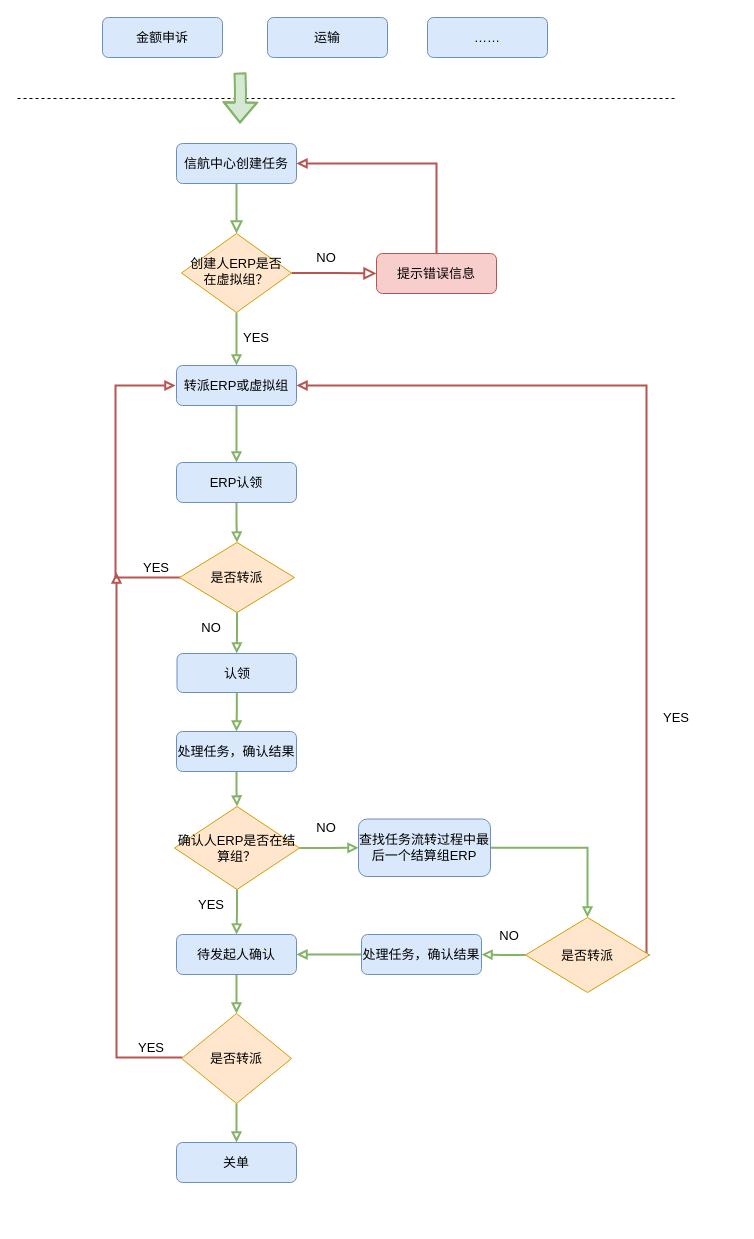
Earlier version of the draw.io diagram page "信航中心核心流程" (1 of 3) of 信航中心.drawio (satcon/MyBlog). Source tidied: cells renumbered, new cells numbered last; positions are measured from the earlier drawing's top-left corner, leaving out a move shared by most shapes. Both pictures are drawn from the tidied source at 100%, with x=0, y=0 at pixel (17, 17).
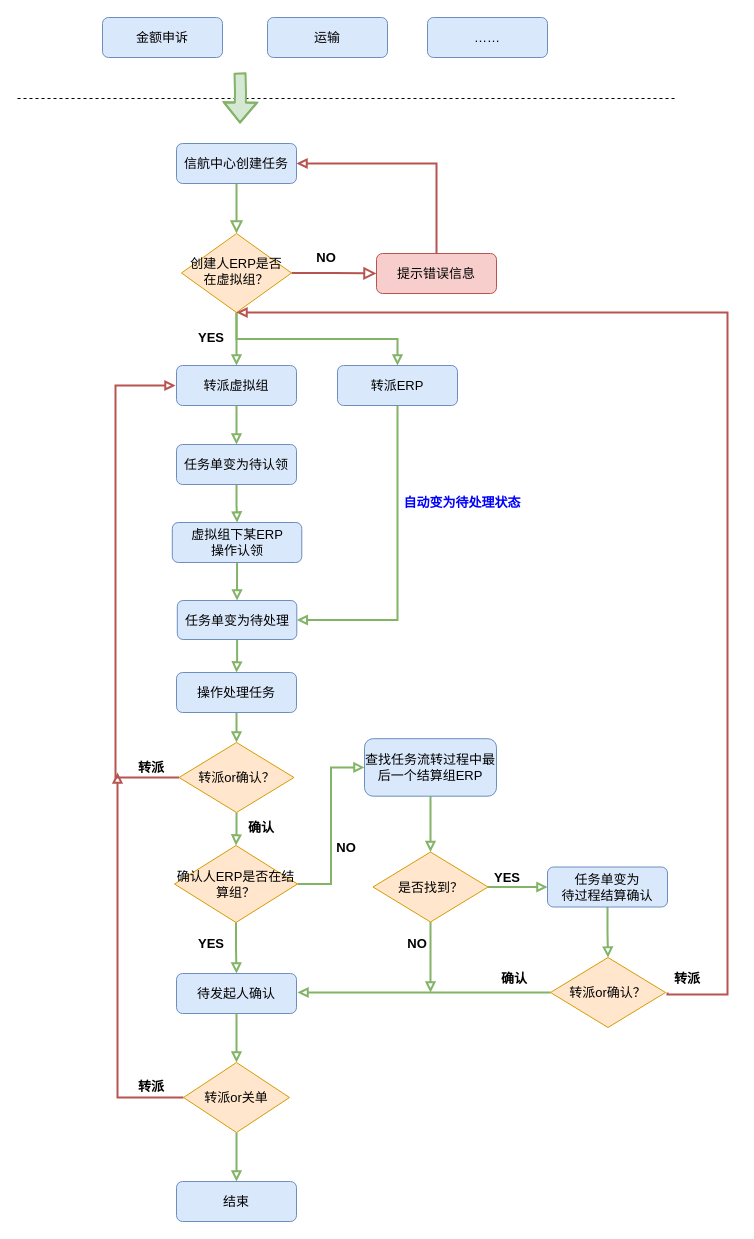
The same page after the edit.

Unchanged cells that the change refers to:
```xml
<mxCell id="6" value="创建人ERP是否在虚拟组？" style="rhombus;whiteSpace=wrap;html=1;shadow=0;fontFamily=Helvetica;fontSize=13;align=center;strokeWidth=1;spacing=6;spacingTop=-4;fillColor=#ffe6cc;strokeColor=#d79b00;" parent="1" vertex="1">
  <mxGeometry x="164" y="216" width="110" height="79" as="geometry" />
</mxCell>
```

Diff of the diagram source:
```diff
@@
+    <mxCell id="50" style="edgeStyle=orthogonalEdgeStyle;rounded=0;jettySize=auto;html=1;exitX=0.5;exitY=1;exitDx=0;exitDy=0;entryX=0.5;entryY=0;entryDx=0;entryDy=0;fontSize=13;endArrow=block;strokeColor=#82b366;strokeWidth=2;endFill=0;fillColor=#d5e8d4;" parent="1" edge="1" source="6" target="56">
+      <mxGeometry relative="1" as="geometry" />
+    </mxCell>
@@
-    <mxCell id="9" style="edgeStyle=orthogonalEdgeStyle;rounded=0;jettySize=auto;html=1;strokeWidth=2;fontSize=13;endArrow=block;endFill=0;fillColor=#d5e8d4;strokeColor=#82b366;" parent="1" edge="1" source="10" target="16">
-      <mxGeometry relative="1" as="geometry" />
-    </mxCell>
+    <mxCell id="51" style="edgeStyle=orthogonalEdgeStyle;rounded=0;jettySize=auto;html=1;fontSize=13;fontColor=default;endArrow=block;strokeColor=#82b366;strokeWidth=2;endFill=0;fillColor=#d5e8d4;" parent="1" edge="1" source="10" target="57">
+      <mxGeometry relative="1" as="geometry" />
+    </mxCell>
-    <mxCell id="10" value="ERP认领" style="rounded=1;whiteSpace=wrap;html=1;fontSize=13;glass=0;strokeWidth=1;shadow=0;fillColor=#dae8fc;strokeColor=#6c8ebf;" parent="1" vertex="1">
-      <mxGeometry x="159" y="445" width="120" height="40" as="geometry" />
+    <mxCell id="10" value="任务单变为待认领" style="rounded=1;whiteSpace=wrap;html=1;fontSize=13;glass=0;strokeWidth=1;shadow=0;fillColor=#dae8fc;strokeColor=#6c8ebf;" parent="1" vertex="1">
+      <mxGeometry x="159" y="427" width="120" height="40" as="geometry" />
     </mxCell>
@@
-    <mxCell id="12" value="转派ERP或虚拟组" style="rounded=1;whiteSpace=wrap;html=1;fontSize=13;glass=0;strokeWidth=1;shadow=0;fillColor=#dae8fc;strokeColor=#6c8ebf;" parent="1" vertex="1">
+    <mxCell id="12" value="转派虚拟组" style="rounded=1;whiteSpace=wrap;html=1;fontSize=13;glass=0;strokeWidth=1;shadow=0;fillColor=#dae8fc;strokeColor=#6c8ebf;" parent="1" vertex="1">
       <mxGeometry x="159" y="348" width="120" height="40" as="geometry" />
     </mxCell>
@@
-    <mxCell id="14" style="edgeStyle=orthogonalEdgeStyle;rounded=0;orthogonalLoop=1;jettySize=auto;html=1;strokeWidth=2;fontSize=13;endArrow=block;endFill=0;entryX=0;entryY=0.5;entryDx=0;entryDy=0;fillColor=#f8cecc;strokeColor=#b85450;exitX=1;exitY=0.5;exitDx=0;exitDy=0;" parent="1" edge="1">
+    <mxCell id="14" style="edgeStyle=orthogonalEdgeStyle;rounded=0;jettySize=auto;html=1;strokeWidth=2;fontSize=13;endArrow=block;endFill=0;entryX=0;entryY=0.5;entryDx=0;entryDy=0;fillColor=#f8cecc;strokeColor=#b85450;exitX=0;exitY=0.5;exitDx=0;exitDy=0;" parent="1" edge="1" source="59">
       <mxGeometry relative="1" as="geometry">
-        <mxPoint x="163" y="560" as="sourcePoint" />
         <mxPoint x="158" y="368" as="targetPoint" />
         <Array as="points">
-          <mxPoint x="98" y="560" />
+          <mxPoint x="98" y="760" />
           <mxPoint x="98" y="368" />
         </Array>
       </mxGeometry>
     </mxCell>
-    <mxCell id="15" style="edgeStyle=orthogonalEdgeStyle;rounded=0;jettySize=auto;html=1;strokeWidth=2;fontSize=13;fontColor=#000000;endArrow=block;endFill=0;fillColor=#d5e8d4;strokeColor=#82b366;entryX=0.5;entryY=0;entryDx=0;entryDy=0;" parent="1" edge="1" source="16" target="45">
+    <mxCell id="15" style="edgeStyle=orthogonalEdgeStyle;rounded=0;jettySize=auto;html=1;strokeWidth=2;fontSize=13;fontColor=#000000;endArrow=block;endFill=0;fillColor=#d5e8d4;strokeColor=#82b366;entryX=0.5;entryY=0;entryDx=0;entryDy=0;exitX=0.5;exitY=1;exitDx=0;exitDy=0;" parent="1" edge="1" source="57" target="45">
       <mxGeometry relative="1" as="geometry" />
     </mxCell>
-    <mxCell id="16" value="是否转派" style="rhombus;whiteSpace=wrap;html=1;fontSize=13;rounded=0;glass=0;strokeWidth=1;shadow=0;fillColor=#ffe6cc;strokeColor=#d79b00;" parent="1" vertex="1">
-      <mxGeometry x="162" y="525" width="115" height="70" as="geometry" />
-    </mxCell>
-    <mxCell id="17" value="NO" style="text;html=1;strokeColor=none;fillColor=none;align=center;verticalAlign=middle;whiteSpace=wrap;rounded=0;fontSize=13;" parent="1" vertex="1">
+    <mxCell id="17" value="NO" style="text;html=1;strokeColor=none;fillColor=none;align=center;verticalAlign=middle;whiteSpace=wrap;rounded=0;fontSize=13;fontStyle=1;" parent="1" vertex="1">
       <mxGeometry x="279" y="225" width="60" height="30" as="geometry" />
     </mxCell>
-    <mxCell id="18" value="YES" style="text;html=1;strokeColor=none;fillColor=none;align=center;verticalAlign=middle;whiteSpace=wrap;rounded=0;fontSize=13;" parent="1" vertex="1">
-      <mxGeometry x="209" y="305" width="60" height="30" as="geometry" />
+    <mxCell id="18" value="YES" style="text;html=1;strokeColor=none;fillColor=none;align=center;verticalAlign=middle;whiteSpace=wrap;rounded=0;fontSize=13;fontStyle=1;" parent="1" vertex="1">
+      <mxGeometry x="164.2" y="305" width="60" height="30" as="geometry" />
     </mxCell>
-    <mxCell id="19" value="YES" style="text;html=1;strokeColor=none;fillColor=none;align=center;verticalAlign=middle;whiteSpace=wrap;rounded=0;fontSize=13;" parent="1" vertex="1">
-      <mxGeometry x="109" y="535" width="60" height="30" as="geometry" />
-    </mxCell>
-    <mxCell id="20" style="edgeStyle=orthogonalEdgeStyle;rounded=0;jettySize=auto;html=1;strokeWidth=2;fontSize=13;fontColor=#000000;endArrow=block;endFill=0;fillColor=#d5e8d4;strokeColor=#82b366;" parent="1" edge="1" source="21" target="25">
-      <mxGeometry relative="1" as="geometry" />
-    </mxCell>
+    <mxCell id="52" style="edgeStyle=orthogonalEdgeStyle;rounded=0;jettySize=auto;html=1;fontSize=13;fontColor=#000000;endArrow=block;strokeColor=#82b366;strokeWidth=2;endFill=0;fillColor=#d5e8d4;" parent="1" edge="1" source="21" target="59">
+      <mxGeometry relative="1" as="geometry" />
+    </mxCell>
-    <mxCell id="21" value="处理任务，确认结果" style="rounded=1;whiteSpace=wrap;html=1;fontSize=13;glass=0;strokeWidth=1;shadow=0;fillColor=#dae8fc;strokeColor=#6c8ebf;" parent="1" vertex="1">
-      <mxGeometry x="159" y="714" width="120" height="40" as="geometry" />
+    <mxCell id="21" value="操作处理任务" style="rounded=1;whiteSpace=wrap;html=1;fontSize=13;glass=0;strokeWidth=1;shadow=0;fillColor=#dae8fc;strokeColor=#6c8ebf;" parent="1" vertex="1">
+      <mxGeometry x="159" y="655" width="120" height="40" as="geometry" />
     </mxCell>
-    <mxCell id="22" value="NO" style="text;html=1;strokeColor=none;fillColor=none;align=center;verticalAlign=middle;whiteSpace=wrap;rounded=0;fontSize=13;" parent="1" vertex="1">
-      <mxGeometry x="164" y="595" width="60" height="30" as="geometry" />
-    </mxCell>
@@
-    <mxCell id="24" style="edgeStyle=orthogonalEdgeStyle;rounded=0;jettySize=auto;html=1;strokeWidth=2;fontSize=13;fontColor=#000000;endArrow=block;endFill=0;fillColor=#d5e8d4;strokeColor=#82b366;" parent="1" edge="1" source="25" target="34">
+    <mxCell id="24" style="edgeStyle=orthogonalEdgeStyle;rounded=0;jettySize=auto;html=1;strokeWidth=2;fontSize=13;fontColor=#000000;endArrow=block;endFill=0;fillColor=#d5e8d4;strokeColor=#82b366;entryX=0;entryY=0.5;entryDx=0;entryDy=0;" parent="1" edge="1" source="25" target="34">
       <mxGeometry relative="1" as="geometry" />
     </mxCell>
     <mxCell id="25" value="确认人ERP是否在结算组？" style="rhombus;whiteSpace=wrap;html=1;fontSize=13;rounded=0;glass=0;strokeWidth=1;shadow=0;fillColor=#ffe6cc;strokeColor=#d79b00;" parent="1" vertex="1">
-      <mxGeometry x="157" y="789" width="125" height="83" as="geometry" />
+      <mxGeometry x="157" y="828" width="123" height="77" as="geometry" />
     </mxCell>
@@
     <mxCell id="27" value="待发起人确认" style="rounded=1;whiteSpace=wrap;html=1;fontSize=13;glass=0;strokeWidth=1;shadow=0;fillColor=#dae8fc;strokeColor=#6c8ebf;" parent="1" vertex="1">
-      <mxGeometry x="159" y="917" width="120" height="40" as="geometry" />
+      <mxGeometry x="159" y="956" width="120" height="40" as="geometry" />
     </mxCell>
     <mxCell id="28" style="edgeStyle=orthogonalEdgeStyle;rounded=0;jettySize=auto;html=1;strokeWidth=2;fontSize=13;fontColor=#000000;endArrow=block;endFill=0;fillColor=#f8cecc;strokeColor=#b85450;exitX=0;exitY=0.5;exitDx=0;exitDy=0;" parent="1" edge="1" source="30">
       <mxGeometry relative="1" as="geometry">
-        <mxPoint x="99" y="555" as="targetPoint" />
+        <mxPoint x="100" y="755" as="targetPoint" />
         <Array as="points">
-          <mxPoint x="164" y="1040" />
-          <mxPoint x="99" y="1040" />
+          <mxPoint x="100" y="1080" />
         </Array>
       </mxGeometry>
     </mxCell>
@@
-    <mxCell id="30" value="是否转派" style="rhombus;whiteSpace=wrap;html=1;fontSize=13;rounded=0;glass=0;strokeWidth=1;shadow=0;fillColor=#ffe6cc;strokeColor=#d79b00;" parent="1" vertex="1">
-      <mxGeometry x="164" y="996" width="110" height="90" as="geometry" />
+    <mxCell id="30" value="转派or关单" style="rhombus;whiteSpace=wrap;html=1;fontSize=13;rounded=0;glass=0;strokeWidth=1;shadow=0;fillColor=#ffe6cc;strokeColor=#d79b00;" parent="1" vertex="1">
+      <mxGeometry x="166" y="1045" width="106" height="70" as="geometry" />
     </mxCell>
-    <mxCell id="31" value="YES" style="text;html=1;strokeColor=none;fillColor=none;align=center;verticalAlign=middle;whiteSpace=wrap;rounded=0;fontSize=13;" parent="1" vertex="1">
-      <mxGeometry x="104" y="1015" width="60" height="30" as="geometry" />
+    <mxCell id="31" value="转派" style="text;html=1;strokeColor=none;fillColor=none;align=center;verticalAlign=middle;whiteSpace=wrap;rounded=0;fontSize=13;fontStyle=1;" parent="1" vertex="1">
+      <mxGeometry x="104" y="1054" width="60" height="30" as="geometry" />
     </mxCell>
-    <mxCell id="32" value="关单" style="rounded=1;whiteSpace=wrap;html=1;fontSize=13;glass=0;strokeWidth=1;shadow=0;fillColor=#dae8fc;strokeColor=#6c8ebf;" parent="1" vertex="1">
-      <mxGeometry x="159" y="1125" width="120" height="40" as="geometry" />
+    <mxCell id="32" value="结束" style="rounded=1;whiteSpace=wrap;html=1;fontSize=13;glass=0;strokeWidth=1;shadow=0;fillColor=#dae8fc;strokeColor=#6c8ebf;" parent="1" vertex="1">
+      <mxGeometry x="159" y="1164" width="120" height="40" as="geometry" />
     </mxCell>
-    <mxCell id="33" style="edgeStyle=orthogonalEdgeStyle;rounded=0;jettySize=auto;html=1;strokeWidth=2;fontSize=13;fontColor=#000000;endArrow=block;endFill=0;fillColor=#d5e8d4;strokeColor=#82b366;" parent="1" edge="1" source="34" target="39">
-      <mxGeometry relative="1" as="geometry" />
-    </mxCell>
+    <mxCell id="53" style="edgeStyle=orthogonalEdgeStyle;rounded=0;jettySize=auto;html=1;fontSize=13;fontColor=#000000;endArrow=block;strokeColor=#82b366;strokeWidth=2;endFill=0;fillColor=#d5e8d4;" parent="1" edge="1" source="34" target="65">
+      <mxGeometry relative="1" as="geometry" />
+    </mxCell>
     <mxCell id="34" value="查找任务流转过程中最后一个结算组ERP" style="rounded=1;whiteSpace=wrap;html=1;fontSize=13;glass=0;strokeWidth=1;shadow=0;fillColor=#dae8fc;strokeColor=#6c8ebf;" parent="1" vertex="1">
-      <mxGeometry x="341" y="801.5" width="132" height="57.5" as="geometry" />
+      <mxGeometry x="347" y="721.2" width="132" height="57.5" as="geometry" />
     </mxCell>
-    <mxCell id="35" value="YES" style="text;html=1;strokeColor=none;fillColor=none;align=center;verticalAlign=middle;whiteSpace=wrap;rounded=0;fontSize=13;" parent="1" vertex="1">
-      <mxGeometry x="164" y="872" width="60" height="30" as="geometry" />
+    <mxCell id="35" value="YES" style="text;html=1;strokeColor=none;fillColor=none;align=center;verticalAlign=middle;whiteSpace=wrap;rounded=0;fontSize=13;fontStyle=1;" parent="1" vertex="1">
+      <mxGeometry x="164" y="911" width="60" height="30" as="geometry" />
     </mxCell>
-    <mxCell id="36" value="NO" style="text;html=1;strokeColor=none;fillColor=none;align=center;verticalAlign=middle;whiteSpace=wrap;rounded=0;fontSize=13;" parent="1" vertex="1">
-      <mxGeometry x="279" y="794.5" width="60" height="30" as="geometry" />
+    <mxCell id="36" value="NO" style="text;html=1;strokeColor=none;fillColor=none;align=center;verticalAlign=middle;whiteSpace=wrap;rounded=0;fontSize=13;fontStyle=1;" parent="1" vertex="1">
+      <mxGeometry x="299" y="815" width="60" height="30" as="geometry" />
     </mxCell>
-    <mxCell id="37" style="edgeStyle=orthogonalEdgeStyle;rounded=0;jettySize=auto;html=1;strokeWidth=2;fontSize=13;fontColor=#000000;endArrow=block;endFill=0;fillColor=#d5e8d4;strokeColor=#82b366;" parent="1" edge="1" source="39" target="42">
-      <mxGeometry relative="1" as="geometry" />
-    </mxCell>
-    <mxCell id="38" style="edgeStyle=orthogonalEdgeStyle;rounded=0;jettySize=auto;html=1;entryX=1;entryY=0.5;entryDx=0;entryDy=0;strokeWidth=2;fontSize=13;fontColor=#000000;endArrow=block;endFill=0;fillColor=#f8cecc;strokeColor=#b85450;exitX=1;exitY=0.5;exitDx=0;exitDy=0;" parent="1" edge="1" source="39" target="12">
+    <mxCell id="38" style="edgeStyle=orthogonalEdgeStyle;rounded=0;jettySize=auto;html=1;entryX=0.5;entryY=1;entryDx=0;entryDy=0;strokeWidth=2;fontSize=13;fontColor=#000000;endArrow=block;endFill=0;fillColor=#f8cecc;strokeColor=#b85450;" parent="1" edge="1" target="6">
       <mxGeometry relative="1" as="geometry">
+        <mxPoint x="650" y="975" as="sourcePoint" />
         <Array as="points">
-          <mxPoint x="629" y="938" />
-          <mxPoint x="629" y="368" />
+          <mxPoint x="650" y="977" />
+          <mxPoint x="710" y="977" />
+          <mxPoint x="710" y="295" />
         </Array>
       </mxGeometry>
     </mxCell>
-    <mxCell id="39" value="是否转派" style="rhombus;whiteSpace=wrap;html=1;fontSize=13;rounded=0;glass=0;strokeWidth=1;shadow=0;fillColor=#ffe6cc;strokeColor=#d79b00;" parent="1" vertex="1">
-      <mxGeometry x="508" y="900" width="124" height="75" as="geometry" />
-    </mxCell>
-    <mxCell id="40" value="NO" style="text;html=1;strokeColor=none;fillColor=none;align=center;verticalAlign=middle;whiteSpace=wrap;rounded=0;fontSize=13;" parent="1" vertex="1">
-      <mxGeometry x="462" y="903" width="60" height="30" as="geometry" />
-    </mxCell>
-    <mxCell id="41" style="edgeStyle=orthogonalEdgeStyle;rounded=0;jettySize=auto;html=1;strokeWidth=2;fontSize=13;fontColor=#000000;endArrow=block;endFill=0;fillColor=#d5e8d4;strokeColor=#82b366;" parent="1" edge="1" source="42" target="27">
-      <mxGeometry relative="1" as="geometry" />
-    </mxCell>
+    <mxCell id="54" style="edgeStyle=orthogonalEdgeStyle;rounded=0;jettySize=auto;html=1;fontSize=13;fontColor=#000000;endArrow=block;strokeColor=#82b366;strokeWidth=2;endFill=0;fillColor=#d5e8d4;" parent="1" edge="1" source="42" target="69">
+      <mxGeometry relative="1" as="geometry" />
+    </mxCell>
-    <mxCell id="42" value="处理任务，确认结果" style="rounded=1;whiteSpace=wrap;html=1;fontSize=13;glass=0;strokeWidth=1;shadow=0;fillColor=#dae8fc;strokeColor=#6c8ebf;" parent="1" vertex="1">
-      <mxGeometry x="344" y="917" width="120" height="40" as="geometry" />
+    <mxCell id="42" value="任务单变为&lt;br&gt;待过程结算确认" style="rounded=1;whiteSpace=wrap;html=1;fontSize=13;glass=0;strokeWidth=1;shadow=0;fillColor=#dae8fc;strokeColor=#6c8ebf;" parent="1" vertex="1">
+      <mxGeometry x="530" y="849.5" width="120" height="40" as="geometry" />
     </mxCell>
-    <mxCell id="43" value="YES" style="text;html=1;strokeColor=none;fillColor=none;align=center;verticalAlign=middle;whiteSpace=wrap;rounded=0;fontSize=13;" parent="1" vertex="1">
-      <mxGeometry x="629" y="685" width="60" height="30" as="geometry" />
-    </mxCell>
@@
-    <mxCell id="45" value="认领" style="rounded=1;whiteSpace=wrap;html=1;fontSize=13;glass=0;strokeWidth=1;shadow=0;fillColor=#dae8fc;strokeColor=#6c8ebf;" parent="1" vertex="1">
-      <mxGeometry x="159.5" y="636" width="119.5" height="39" as="geometry" />
+    <mxCell id="45" value="任务单变为待处理" style="rounded=1;whiteSpace=wrap;html=1;fontSize=13;glass=0;strokeWidth=1;shadow=0;fillColor=#dae8fc;strokeColor=#6c8ebf;" parent="1" vertex="1">
+      <mxGeometry x="159.8" y="583" width="119.5" height="39" as="geometry" />
     </mxCell>
@@
+    <mxCell id="55" style="edgeStyle=orthogonalEdgeStyle;rounded=0;jettySize=auto;html=1;entryX=1;entryY=0.5;entryDx=0;entryDy=0;fontSize=13;exitX=0.5;exitY=1;exitDx=0;exitDy=0;endArrow=block;strokeColor=#82b366;strokeWidth=2;endFill=0;fillColor=#d5e8d4;" parent="1" edge="1" source="56" target="45">
+      <mxGeometry relative="1" as="geometry" />
+    </mxCell>
+    <mxCell id="56" value="转派ERP" style="rounded=1;whiteSpace=wrap;html=1;fontSize=13;glass=0;strokeWidth=1;shadow=0;fillColor=#dae8fc;strokeColor=#6c8ebf;" parent="1" vertex="1">
+      <mxGeometry x="320" y="348" width="120" height="40" as="geometry" />
+    </mxCell>
+    <mxCell id="57" value="虚拟组下某ERP&lt;br&gt;操作认领" style="rounded=1;whiteSpace=wrap;html=1;fontSize=13;glass=0;strokeWidth=1;shadow=0;fillColor=#dae8fc;strokeColor=#6c8ebf;" parent="1" vertex="1">
+      <mxGeometry x="154.8" y="505" width="129.5" height="40" as="geometry" />
+    </mxCell>
+    <mxCell id="58" style="edgeStyle=orthogonalEdgeStyle;rounded=0;jettySize=auto;html=1;fontSize=13;fontColor=#000000;endArrow=block;strokeColor=#82b366;strokeWidth=2;endFill=0;fillColor=#d5e8d4;" parent="1" edge="1" source="59" target="25">
+      <mxGeometry relative="1" as="geometry" />
+    </mxCell>
+    <mxCell id="59" value="转派or确认？" style="rhombus;whiteSpace=wrap;html=1;fontSize=13;rounded=0;glass=0;strokeWidth=1;shadow=0;fillColor=#ffe6cc;strokeColor=#d79b00;" parent="1" vertex="1">
+      <mxGeometry x="161.5" y="725" width="115" height="70" as="geometry" />
+    </mxCell>
+    <mxCell id="60" value="&lt;b style=&quot;&quot;&gt;&lt;font color=&quot;#0000ff&quot;&gt;自动变为待处理状态&lt;/font&gt;&lt;/b&gt;" style="text;html=1;strokeColor=none;fillColor=none;align=center;verticalAlign=middle;whiteSpace=wrap;rounded=0;fontSize=13;" parent="1" vertex="1">
+      <mxGeometry x="380" y="465" width="130" height="40" as="geometry" />
+    </mxCell>
+    <mxCell id="61" value="转派" style="text;html=1;strokeColor=none;fillColor=none;align=center;verticalAlign=middle;whiteSpace=wrap;rounded=0;fontSize=13;fontStyle=1;" parent="1" vertex="1">
+      <mxGeometry x="104.2" y="735" width="60" height="30" as="geometry" />
+    </mxCell>
+    <mxCell id="62" value="确认" style="text;html=1;strokeColor=none;fillColor=none;align=center;verticalAlign=middle;whiteSpace=wrap;rounded=0;fontSize=13;fontStyle=1;" parent="1" vertex="1">
+      <mxGeometry x="214" y="795" width="60" height="30" as="geometry" />
+    </mxCell>
+    <mxCell id="63" style="edgeStyle=orthogonalEdgeStyle;rounded=0;jettySize=auto;html=1;fontSize=13;fontColor=#000000;exitX=0.5;exitY=1;exitDx=0;exitDy=0;endArrow=block;strokeColor=#82b366;strokeWidth=2;endFill=0;fillColor=#d5e8d4;" parent="1" edge="1" source="65">
+      <mxGeometry relative="1" as="geometry">
+        <mxPoint x="413" y="975" as="targetPoint" />
+      </mxGeometry>
+    </mxCell>
+    <mxCell id="64" style="edgeStyle=orthogonalEdgeStyle;rounded=0;jettySize=auto;html=1;fontSize=13;fontColor=#000000;endArrow=block;strokeColor=#82b366;strokeWidth=2;endFill=0;fillColor=#d5e8d4;" parent="1" edge="1" source="65" target="42">
+      <mxGeometry relative="1" as="geometry" />
+    </mxCell>
+    <mxCell id="65" value="是否找到？" style="rhombus;whiteSpace=wrap;html=1;fontSize=13;rounded=0;glass=0;strokeWidth=1;shadow=0;fillColor=#ffe6cc;strokeColor=#d79b00;" parent="1" vertex="1">
+      <mxGeometry x="355.5" y="834.5" width="115" height="70" as="geometry" />
+    </mxCell>
+    <mxCell id="66" value="NO" style="text;html=1;strokeColor=none;fillColor=none;align=center;verticalAlign=middle;whiteSpace=wrap;rounded=0;fontSize=13;fontStyle=1;" parent="1" vertex="1">
+      <mxGeometry x="370" y="911" width="60" height="30" as="geometry" />
+    </mxCell>
+    <mxCell id="67" value="YES" style="text;html=1;strokeColor=none;fillColor=none;align=center;verticalAlign=middle;whiteSpace=wrap;rounded=0;fontSize=13;fontStyle=1;" parent="1" vertex="1">
+      <mxGeometry x="460" y="845" width="60" height="30" as="geometry" />
+    </mxCell>
+    <mxCell id="68" style="edgeStyle=orthogonalEdgeStyle;rounded=0;jettySize=auto;html=1;fontSize=13;fontColor=#000000;endArrow=block;strokeColor=#82b366;strokeWidth=2;endFill=0;fillColor=#d5e8d4;" parent="1" edge="1" source="69">
+      <mxGeometry relative="1" as="geometry">
+        <mxPoint x="280" y="975" as="targetPoint" />
+      </mxGeometry>
+    </mxCell>
+    <mxCell id="69" value="转派or确认？" style="rhombus;whiteSpace=wrap;html=1;fontSize=13;rounded=0;glass=0;strokeWidth=1;shadow=0;fillColor=#ffe6cc;strokeColor=#d79b00;" parent="1" vertex="1">
+      <mxGeometry x="533" y="940" width="115" height="70" as="geometry" />
+    </mxCell>
+    <mxCell id="70" value="确认" style="text;html=1;strokeColor=none;fillColor=none;align=center;verticalAlign=middle;whiteSpace=wrap;rounded=0;fontSize=13;fontStyle=1;" parent="1" vertex="1">
+      <mxGeometry x="467" y="946" width="60" height="30" as="geometry" />
+    </mxCell>
+    <mxCell id="71" value="转派" style="text;html=1;strokeColor=none;fillColor=none;align=center;verticalAlign=middle;whiteSpace=wrap;rounded=0;fontSize=13;fontStyle=1;" parent="1" vertex="1">
+      <mxGeometry x="640" y="946" width="60" height="30" as="geometry" />
+    </mxCell>
```
